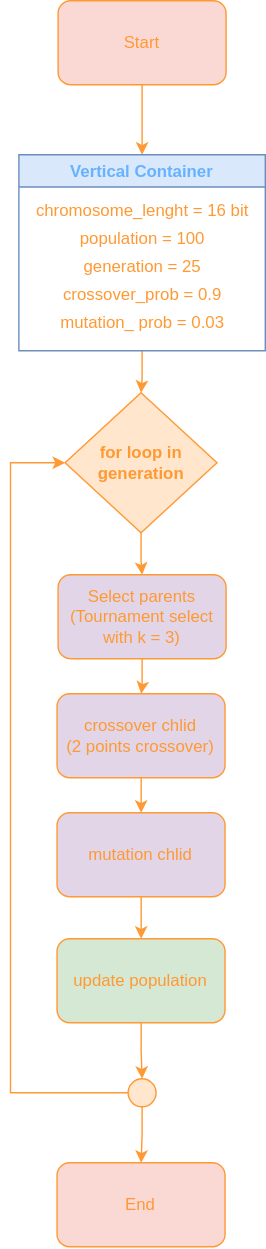
Before: graph/Genetic Algorithm.svg, a diagram exported from draw.io (Rayato159/g6-optimization-project). Source tidied: cells renumbered, new cells last; positions are measured from the earlier drawing's top-left corner, leaving out a move shared by most shapes.
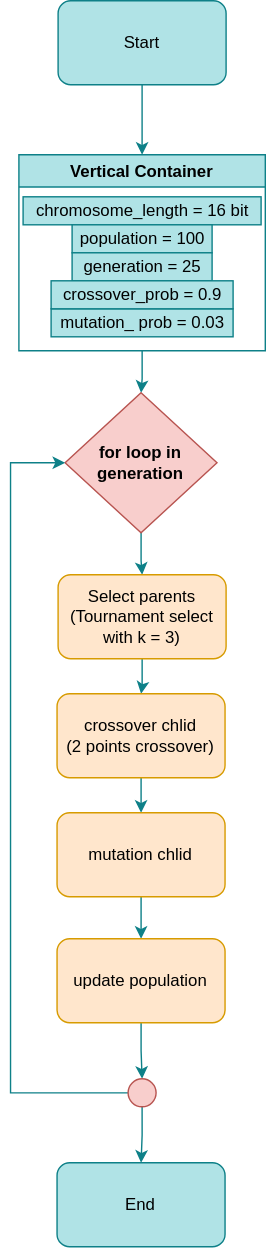
The same file after the commit.

The edit, as a diff of the source:
```diff
@@ -2,69 +2,69 @@
   <root>
     <mxCell id="0" />
     <mxCell id="1" parent="0" />
-    <mxCell id="2" style="edgeStyle=orthogonalEdgeStyle;rounded=0;jettySize=auto;html=1;fontColor=#FF9933;strokeColor=#FF9933;" parent="1" edge="1" source="3">
+    <mxCell id="2" style="edgeStyle=orthogonalEdgeStyle;rounded=0;jettySize=auto;html=1;fontColor=#FF9933;fillColor=#b0e3e6;strokeColor=#0e8088;" parent="1" edge="1" source="3">
       <mxGeometry relative="1" as="geometry">
         <mxPoint x="94" y="110" as="targetPoint" />
       </mxGeometry>
     </mxCell>
-    <mxCell id="3" value="Start" style="rounded=1;whiteSpace=wrap;html=1;fillColor=#fad9d5;fontColor=#FF9933;strokeColor=#FF9933;" parent="1" vertex="1">
+    <mxCell id="3" value="Start" style="rounded=1;whiteSpace=wrap;html=1;fillColor=#b0e3e6;strokeColor=#0e8088;" parent="1" vertex="1">
       <mxGeometry x="34" width="120" height="60" as="geometry" />
     </mxCell>
-    <mxCell id="4" style="edgeStyle=orthogonalEdgeStyle;rounded=0;jettySize=auto;html=1;fontColor=#FF9933;strokeColor=#FF9933;" parent="1" edge="1" source="5" target="12">
+    <mxCell id="4" style="edgeStyle=orthogonalEdgeStyle;rounded=0;jettySize=auto;html=1;fontColor=#FF9933;fillColor=#b0e3e6;strokeColor=#0e8088;" parent="1" edge="1" source="5" target="12">
       <mxGeometry relative="1" as="geometry" />
     </mxCell>
-    <mxCell id="5" value="Vertical Container" style="swimlane;fillColor=#dae8fc;strokeColor=#6c8ebf;fontColor=#66B2FF;" parent="1" vertex="1">
+    <mxCell id="5" value="Vertical Container" style="swimlane;fillColor=#b0e3e6;strokeColor=#0e8088;" parent="1" vertex="1">
       <mxGeometry x="6" y="110" width="176" height="140" as="geometry" />
     </mxCell>
-    <mxCell id="6" value="chromosome_lenght = 16 bit" style="text;html=1;align=center;verticalAlign=middle;fontColor=#FF9933;" parent="5" vertex="1">
+    <mxCell id="6" value="chromosome_length = 16 bit" style="text;html=1;align=center;verticalAlign=middle;fillColor=#b0e3e6;strokeColor=#0e8088;" parent="5" vertex="1">
       <mxGeometry x="3" y="30" width="170" height="20" as="geometry" />
     </mxCell>
-    <mxCell id="7" value="mutation_ prob = 0.03" style="text;html=1;align=center;verticalAlign=middle;fontColor=#FF9933;" parent="5" vertex="1">
+    <mxCell id="7" value="mutation_ prob = 0.03" style="text;html=1;align=center;verticalAlign=middle;fillColor=#b0e3e6;strokeColor=#0e8088;" parent="5" vertex="1">
       <mxGeometry x="23" y="110" width="130" height="20" as="geometry" />
     </mxCell>
-    <mxCell id="8" value="population = 100" style="text;html=1;align=center;verticalAlign=middle;fontColor=#FF9933;" parent="5" vertex="1">
+    <mxCell id="8" value="population = 100" style="text;html=1;align=center;verticalAlign=middle;fillColor=#b0e3e6;strokeColor=#0e8088;" parent="5" vertex="1">
       <mxGeometry x="38" y="50" width="100" height="20" as="geometry" />
     </mxCell>
-    <mxCell id="9" value="generation = 25" style="text;html=1;align=center;verticalAlign=middle;fontColor=#FF9933;" parent="5" vertex="1">
+    <mxCell id="9" value="generation = 25" style="text;html=1;align=center;verticalAlign=middle;fillColor=#b0e3e6;strokeColor=#0e8088;" parent="5" vertex="1">
       <mxGeometry x="38" y="70" width="100" height="20" as="geometry" />
     </mxCell>
-    <mxCell id="10" value="crossover_prob = 0.9" style="text;html=1;align=center;verticalAlign=middle;fontColor=#FF9933;" parent="5" vertex="1">
+    <mxCell id="10" value="crossover_prob = 0.9" style="text;html=1;align=center;verticalAlign=middle;fillColor=#b0e3e6;strokeColor=#0e8088;" parent="5" vertex="1">
       <mxGeometry x="23" y="90" width="130" height="20" as="geometry" />
     </mxCell>
-    <mxCell id="11" style="edgeStyle=orthogonalEdgeStyle;rounded=0;jettySize=auto;html=1;fontColor=#FF9933;strokeColor=#FF9933;" parent="1" edge="1" source="12" target="14">
+    <mxCell id="11" style="edgeStyle=orthogonalEdgeStyle;rounded=0;jettySize=auto;html=1;fontColor=#FF9933;fillColor=#b0e3e6;strokeColor=#0e8088;" parent="1" edge="1" source="12" target="14">
       <mxGeometry relative="1" as="geometry" />
     </mxCell>
-    <mxCell id="12" value="for loop in generation" style="rhombus;whiteSpace=wrap;html=1;fontStyle=1;startSize=23;fillColor=#ffe6cc;fontColor=#FF9933;strokeColor=#FF9933;" parent="1" vertex="1">
+    <mxCell id="12" value="for loop in generation" style="rhombus;whiteSpace=wrap;html=1;fontStyle=1;startSize=23;fillColor=#f8cecc;strokeColor=#b85450;" parent="1" vertex="1">
       <mxGeometry x="39" y="280" width="108.5" height="100" as="geometry" />
     </mxCell>
-    <mxCell id="13" style="edgeStyle=orthogonalEdgeStyle;rounded=0;jettySize=auto;html=1;fontColor=#FF9933;strokeColor=#FF9933;" parent="1" edge="1" source="14" target="16">
+    <mxCell id="13" style="edgeStyle=orthogonalEdgeStyle;rounded=0;jettySize=auto;html=1;fontColor=#FF9933;fillColor=#b0e3e6;strokeColor=#0e8088;" parent="1" edge="1" source="14" target="16">
       <mxGeometry relative="1" as="geometry" />
     </mxCell>
-    <mxCell id="14" value="Select parents&lt;br&gt;(Tournament select with k = 3)" style="rounded=1;whiteSpace=wrap;html=1;fillColor=#e1d5e7;fontColor=#FF9933;strokeColor=#FF9933;" parent="1" vertex="1">
+    <mxCell id="14" value="Select parents&lt;br&gt;(Tournament select with k = 3)" style="rounded=1;whiteSpace=wrap;html=1;fillColor=#ffe6cc;strokeColor=#d79b00;" parent="1" vertex="1">
       <mxGeometry x="34" y="410" width="120" height="60" as="geometry" />
     </mxCell>
-    <mxCell id="15" style="edgeStyle=orthogonalEdgeStyle;rounded=0;jettySize=auto;html=1;fontColor=#FF9933;strokeColor=#FF9933;" parent="1" edge="1" source="16" target="18">
+    <mxCell id="15" style="edgeStyle=orthogonalEdgeStyle;rounded=0;jettySize=auto;html=1;fontColor=#FF9933;fillColor=#b0e3e6;strokeColor=#0e8088;" parent="1" edge="1" source="16" target="18">
       <mxGeometry relative="1" as="geometry" />
     </mxCell>
-    <mxCell id="16" value="crossover chlid &lt;br&gt;(2 points crossover)" style="whiteSpace=wrap;html=1;rounded=1;fillColor=#e1d5e7;fontColor=#FF9933;strokeColor=#FF9933;" parent="1" vertex="1">
+    <mxCell id="16" value="crossover chlid &lt;br&gt;(2 points crossover)" style="whiteSpace=wrap;html=1;rounded=1;fillColor=#ffe6cc;strokeColor=#d79b00;" parent="1" vertex="1">
       <mxGeometry x="33.2" y="495" width="120" height="60" as="geometry" />
     </mxCell>
-    <mxCell id="17" style="edgeStyle=orthogonalEdgeStyle;rounded=0;jettySize=auto;html=1;fontColor=#FF9933;strokeColor=#FF9933;" parent="1" edge="1" source="18" target="20">
+    <mxCell id="17" style="edgeStyle=orthogonalEdgeStyle;rounded=0;jettySize=auto;html=1;fontColor=#FF9933;fillColor=#b0e3e6;strokeColor=#0e8088;" parent="1" edge="1" source="18" target="20">
       <mxGeometry relative="1" as="geometry" />
     </mxCell>
-    <mxCell id="18" value="mutation chlid" style="whiteSpace=wrap;html=1;rounded=1;fillColor=#e1d5e7;fontColor=#FF9933;strokeColor=#FF9933;" parent="1" vertex="1">
+    <mxCell id="18" value="mutation chlid" style="whiteSpace=wrap;html=1;rounded=1;fillColor=#ffe6cc;strokeColor=#d79b00;" parent="1" vertex="1">
       <mxGeometry x="33.2" y="580" width="120" height="60" as="geometry" />
     </mxCell>
-    <mxCell id="19" style="edgeStyle=orthogonalEdgeStyle;rounded=0;jettySize=auto;html=1;fontColor=#FF9933;strokeColor=#FF9933;" parent="1" edge="1" source="20" target="23">
+    <mxCell id="19" style="edgeStyle=orthogonalEdgeStyle;rounded=0;jettySize=auto;html=1;fontColor=#FF9933;fillColor=#b0e3e6;strokeColor=#0e8088;" parent="1" edge="1" source="20" target="23">
       <mxGeometry relative="1" as="geometry" />
     </mxCell>
-    <mxCell id="20" value="update population" style="whiteSpace=wrap;html=1;rounded=1;fillColor=#d5e8d4;fontColor=#FF9933;strokeColor=#FF9933;" parent="1" vertex="1">
+    <mxCell id="20" value="update population" style="whiteSpace=wrap;html=1;rounded=1;fillColor=#ffe6cc;strokeColor=#d79b00;" parent="1" vertex="1">
       <mxGeometry x="33.2" y="670" width="120" height="60" as="geometry" />
     </mxCell>
-    <mxCell id="21" style="edgeStyle=orthogonalEdgeStyle;rounded=0;jettySize=auto;html=1;fontColor=#FF9933;strokeColor=#FF9933;" parent="1" edge="1" source="23" target="24">
+    <mxCell id="21" style="edgeStyle=orthogonalEdgeStyle;rounded=0;jettySize=auto;html=1;fontColor=#FF9933;fillColor=#b0e3e6;strokeColor=#0e8088;" parent="1" edge="1" source="23" target="24">
       <mxGeometry relative="1" as="geometry" />
     </mxCell>
-    <mxCell id="22" style="edgeStyle=orthogonalEdgeStyle;rounded=0;jettySize=auto;html=1;entryX=0;entryY=0.5;entryDx=0;entryDy=0;fontColor=#FF9933;strokeColor=#FF9933;" parent="1" edge="1" source="23" target="12">
+    <mxCell id="22" style="edgeStyle=orthogonalEdgeStyle;rounded=0;jettySize=auto;html=1;entryX=0;entryY=0.5;entryDx=0;entryDy=0;fontColor=#FF9933;fillColor=#b0e3e6;strokeColor=#0e8088;" parent="1" edge="1" source="23" target="12">
       <mxGeometry relative="1" as="geometry">
         <Array as="points">
           <mxPoint y="780" />
@@ -72,10 +72,10 @@
         </Array>
       </mxGeometry>
     </mxCell>
-    <mxCell id="23" style="ellipse;whiteSpace=wrap;html=1;fillColor=#ffe6cc;fontColor=#FF9933;strokeColor=#FF9933;" parent="1" vertex="1">
+    <mxCell id="23" style="ellipse;whiteSpace=wrap;html=1;fillColor=#f8cecc;strokeColor=#b85450;" parent="1" vertex="1">
       <mxGeometry x="84" y="770" width="20" height="20" as="geometry" />
     </mxCell>
-    <mxCell id="24" value="End" style="rounded=1;whiteSpace=wrap;html=1;fillColor=#fad9d5;fontColor=#FF9933;strokeColor=#FF9933;" parent="1" vertex="1">
+    <mxCell id="24" value="End" style="rounded=1;whiteSpace=wrap;html=1;fillColor=#b0e3e6;strokeColor=#0e8088;" parent="1" vertex="1">
       <mxGeometry x="33.2" y="830" width="120" height="60" as="geometry" />
     </mxCell>
   </root>
```
